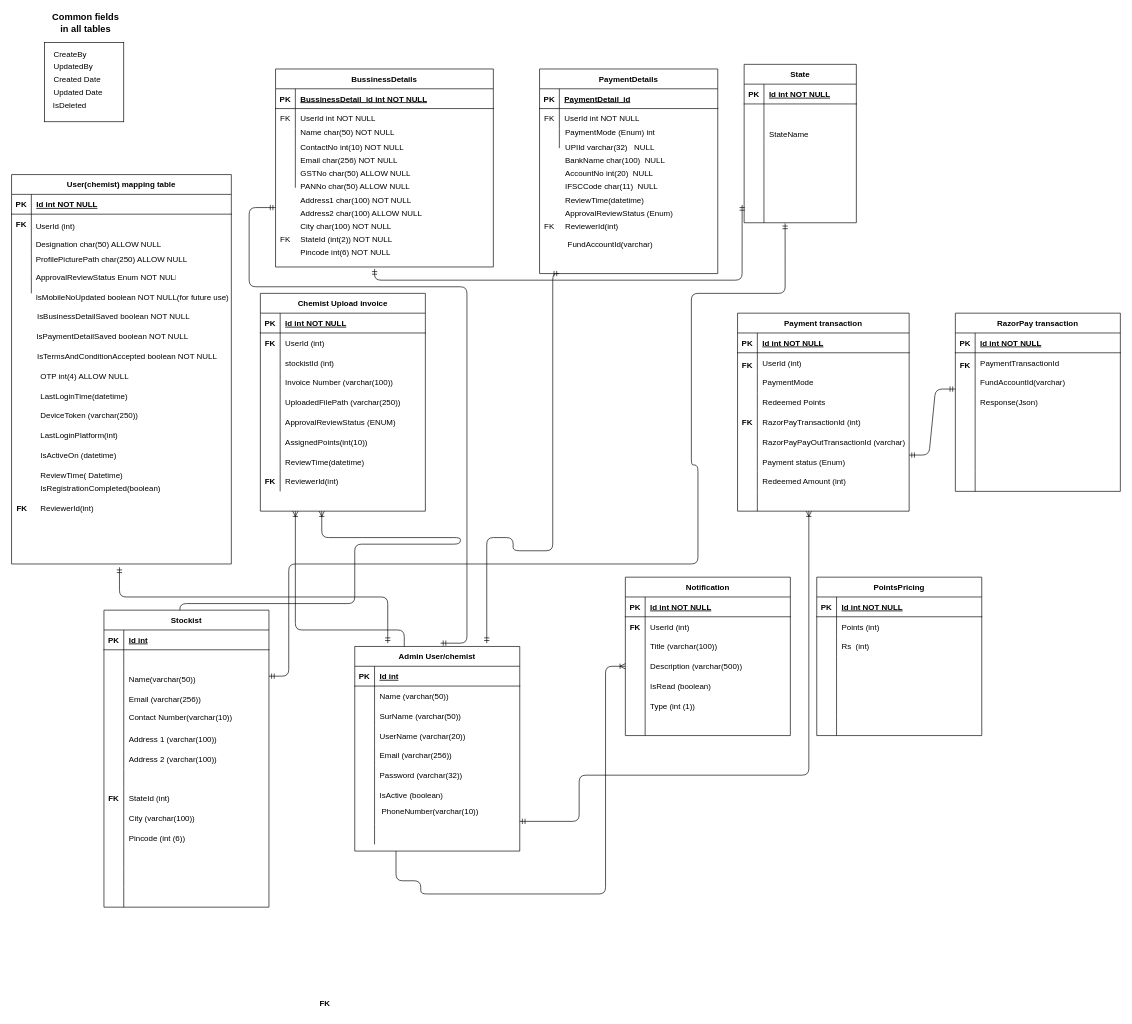
The draw.io diagram ProfitorERD.drawio in NirikshaSoni/TestProject, before the edit. Source tidied: cells renumbered, new cells numbered last; positions are measured from the earlier drawing's top-left corner, leaving out a move shared by most shapes. Both pictures are drawn from the tidied source at 66%, with x=0, y=0 at pixel (11, 16).
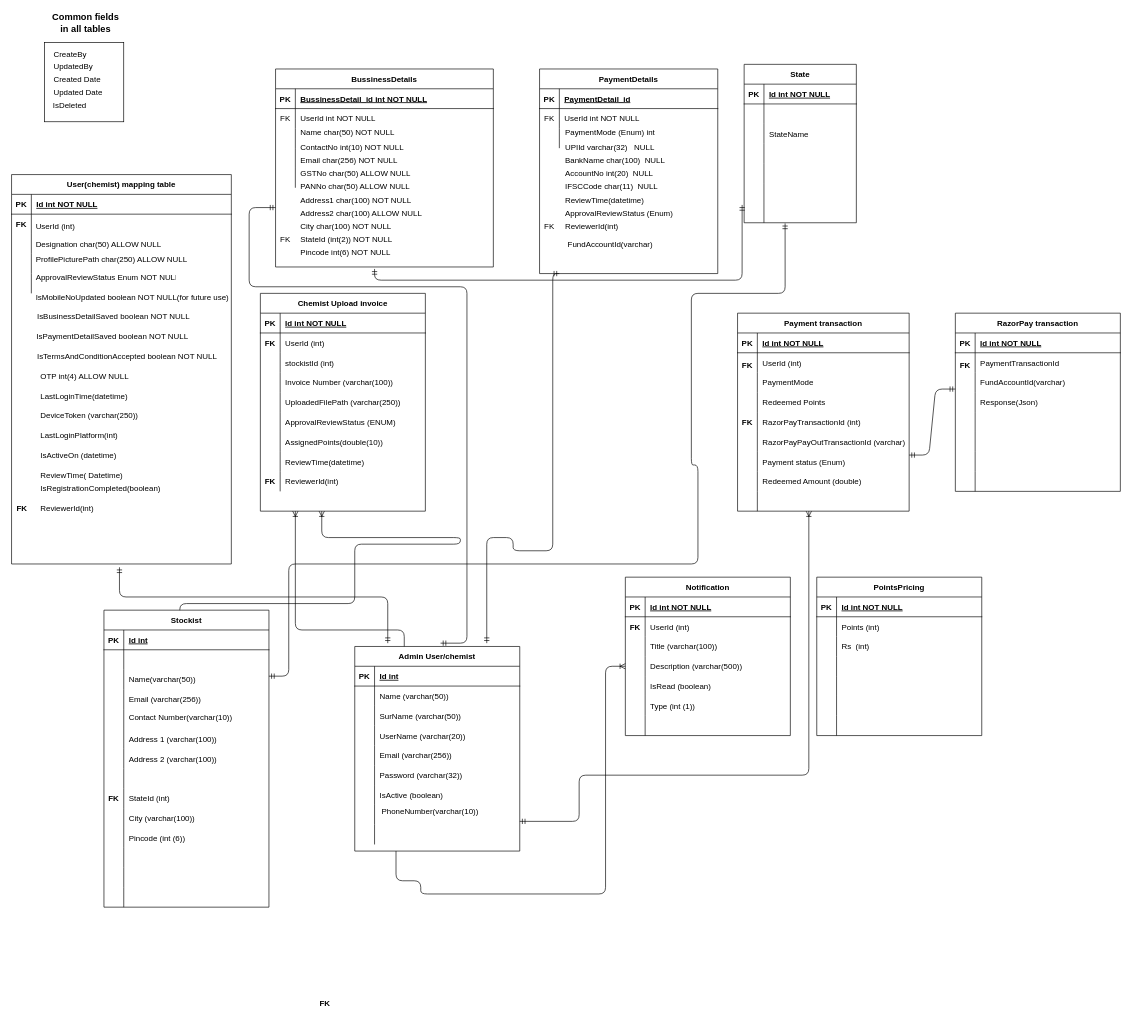
The same diagram, later.

Unchanged cells that the change refers to:
```xml
<mxCell id="50" style="shape=partialRectangle;fillColor=none;top=0;left=0;right=0;bottom=0;" parent="31" vertex="1">
  <mxGeometry y="210" width="250" height="30" as="geometry" />
</mxCell>
<mxCell id="82" style="shape=partialRectangle;fillColor=none;top=0;left=0;right=0;bottom=0;" parent="60" vertex="1">
  <mxGeometry y="240" width="260" height="30" as="geometry" />
</mxCell>
```

The edit, as a diff of the source:
```diff
@@
-    <mxCell id="52" value="AssignedPoints(int(10))" style="shape=partialRectangle;overflow=hidden;fillColor=none;top=0;left=0;bottom=0;right=0;align=left;spacingLeft=6;" parent="50" vertex="1">
+    <mxCell id="52" value="AssignedPoints(double(10))" style="shape=partialRectangle;overflow=hidden;fillColor=none;top=0;left=0;bottom=0;right=0;align=left;spacingLeft=6;" parent="50" vertex="1">
       <mxGeometry x="30" width="220" height="30" as="geometry" />
     </mxCell>
@@
-    <mxCell id="84" value="Redeemed Amount (int)" style="shape=partialRectangle;overflow=hidden;fillColor=none;top=0;left=0;bottom=0;right=0;align=left;spacingLeft=6;" parent="82" vertex="1">
+    <mxCell id="84" value="Redeemed Amount (double)" style="shape=partialRectangle;overflow=hidden;fillColor=none;top=0;left=0;bottom=0;right=0;align=left;spacingLeft=6;" parent="82" vertex="1">
       <mxGeometry x="30" width="230" height="30" as="geometry" />
     </mxCell>
```
